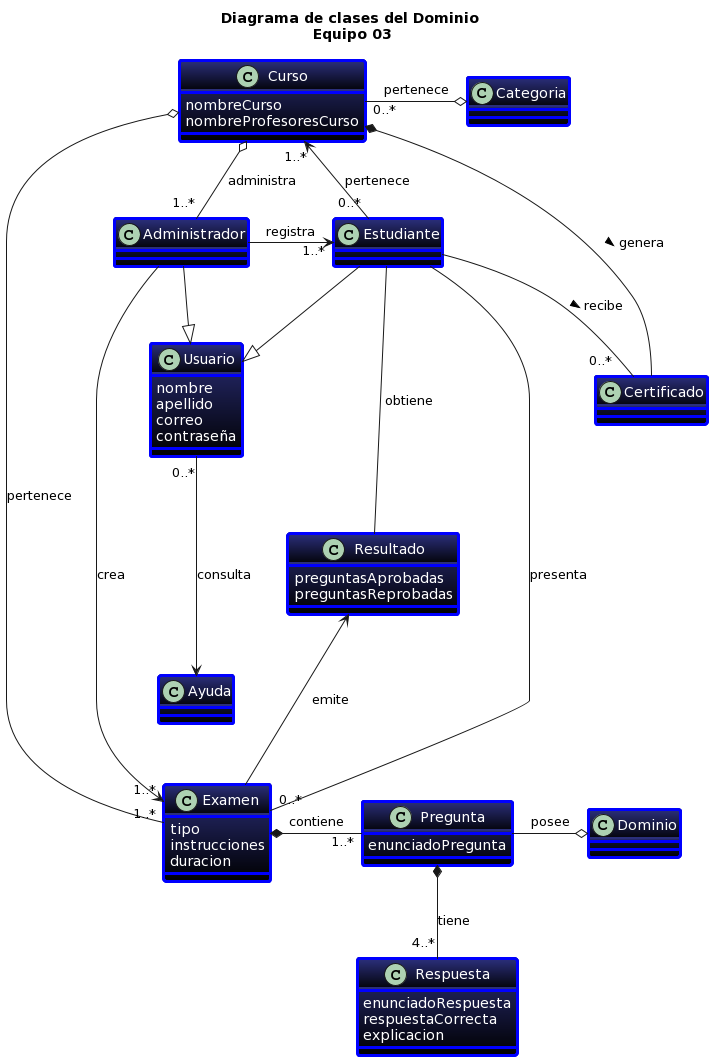
Above: docs/scenariosView/diagramaClasesDominio/Diagrama de clases.png in febres35/EdTech_IS (PlantUML), before the change. Its diagram source:
```plantuml
@startuml
title "Diagrama de clases del Dominio\n Equipo 03"

skinparam Class{
  BackgroundColor 2B2F7B-black
  AttributeFontColor white
  BorderThickness 3
  BorderColor blue
}
class Usuario{
  nombre
  apellido
  correo
  contraseña
}
class Administrador

class Estudiante{
}

class Ayuda

class Curso{
  nombreCurso
  nombreProfesoresCurso
}
class Categoria

class Examen{
  tipo
  instrucciones
  duracion
}
class Resultado{
  preguntasAprobadas
  preguntasReprobadas
}

class Pregunta{
  enunciadoPregunta
}

class Dominio

class Respuesta{
  enunciadoRespuesta
  respuestaCorrecta
  explicacion
}
class Certificado{
}

Usuario <|-left- Administrador
Usuario <|-up- Estudiante
Usuario "0..*"---> Ayuda: consulta

Administrador --> "1..*"Examen: crea
Administrador -right-> "     1..*"Estudiante: registra
Administrador "    1..*"-up-o Curso: administra

Estudiante "0..*"-right->"    1..*"Curso: pertenece
Estudiante -right- "0..*"Examen: presenta
Estudiante -- "0..*   "Certificado: > recibe
Estudiante --- Resultado: "obtiene          "

Examen *-right- "1..*"Pregunta: contiene
Examen -up--> Resultado: emite

Pregunta *-down- "4..*" Respuesta: tiene
Pregunta -right-o Dominio: posee

Curso "0..*" -right-o Categoria: pertenece
Curso o----- "1..*"Examen: pertenece
Curso *- Certificado: > genera
@enduml
```
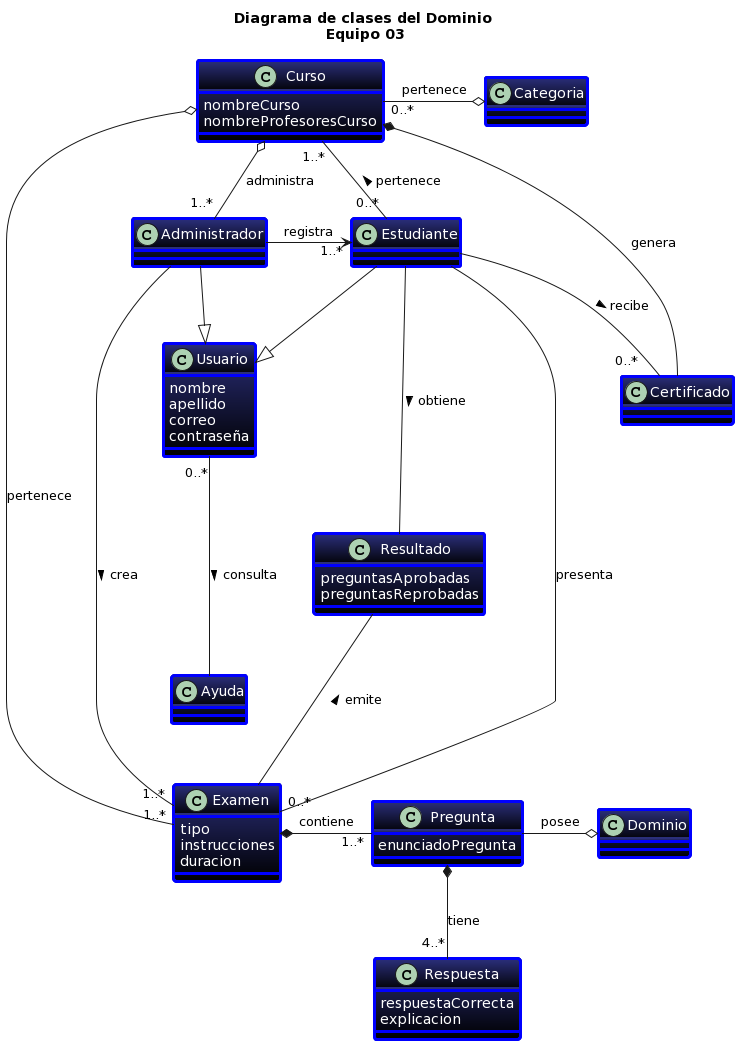
Above is the later version.

Commit message:
Eliminado atributo enunciadoRespuesta

Change to the diagram source:
```diff
@@ -43,7 +43,6 @@
 class Dominio
 
 class Respuesta{
-  enunciadoRespuesta
   respuestaCorrecta
   explicacion
 }
@@ -52,24 +51,24 @@
 
 Usuario <|-left- Administrador
 Usuario <|-up- Estudiante
-Usuario "0..*"---> Ayuda: consulta
+Usuario "0..*"--- Ayuda: > consulta
 
-Administrador --> "1..*"Examen: crea
+Administrador -- "1..*"Examen: > crea
 Administrador -right-> "     1..*"Estudiante: registra
 Administrador "    1..*"-up-o Curso: administra
 
-Estudiante "0..*"-right->"    1..*"Curso: pertenece
+Estudiante "0..*"-right-"    1..*"Curso: > pertenece
 Estudiante -right- "0..*"Examen: presenta
 Estudiante -- "0..*   "Certificado: > recibe
-Estudiante --- Resultado: "obtiene          "
+Estudiante --- Resultado: > obtiene
 
 Examen *-right- "1..*"Pregunta: contiene
-Examen -up--> Resultado: emite
+Examen -up-- Resultado: > emite
 
 Pregunta *-down- "4..*" Respuesta: tiene
 Pregunta -right-o Dominio: posee
 
 Curso "0..*" -right-o Categoria: pertenece
 Curso o----- "1..*"Examen: pertenece
-Curso *- Certificado: > genera
+Curso *- Certificado: genera
 @enduml
```
